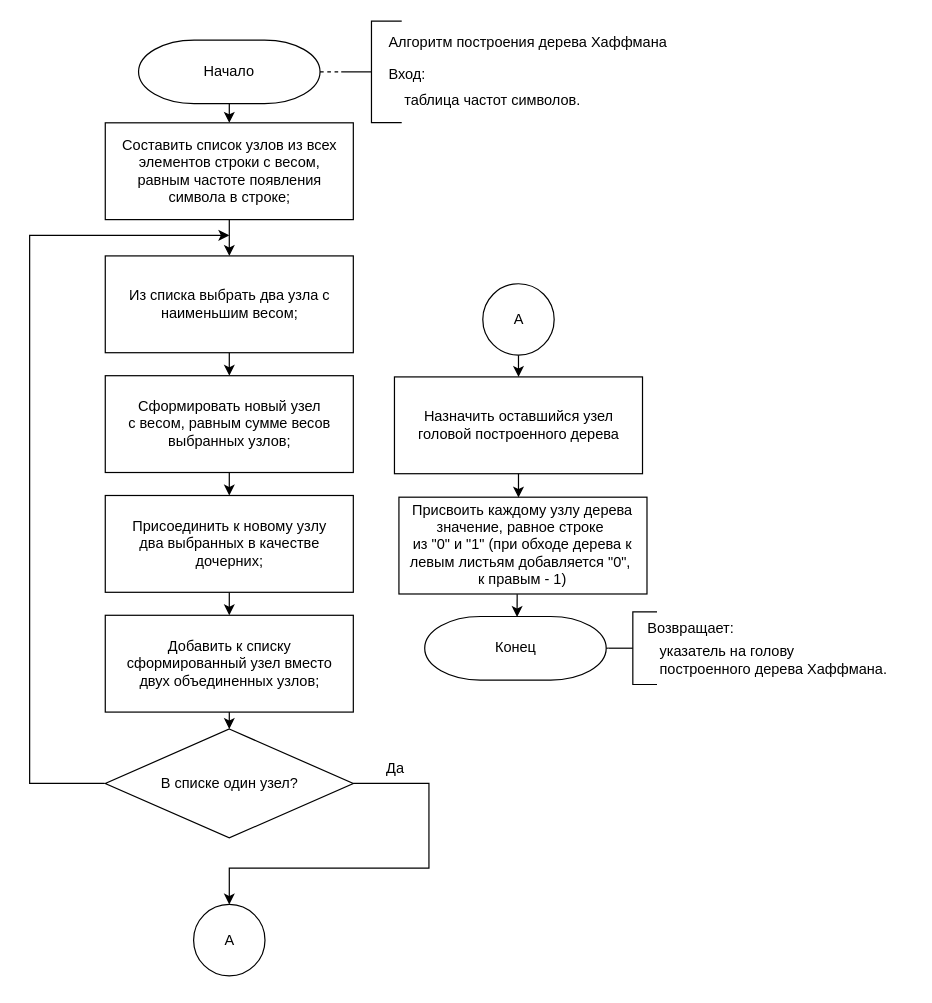
The draw.io diagram docs/schemes/tree.drawio in kovkir/bmstu-magistracy-diploma, before the edit. Source tidied: cells renumbered, new cells numbered last; positions are measured from the earlier drawing's top-left corner, leaving out a move shared by most shapes. Both pictures are drawn from the tidied source at 121%, with x=0, y=0 at pixel (29, 21).
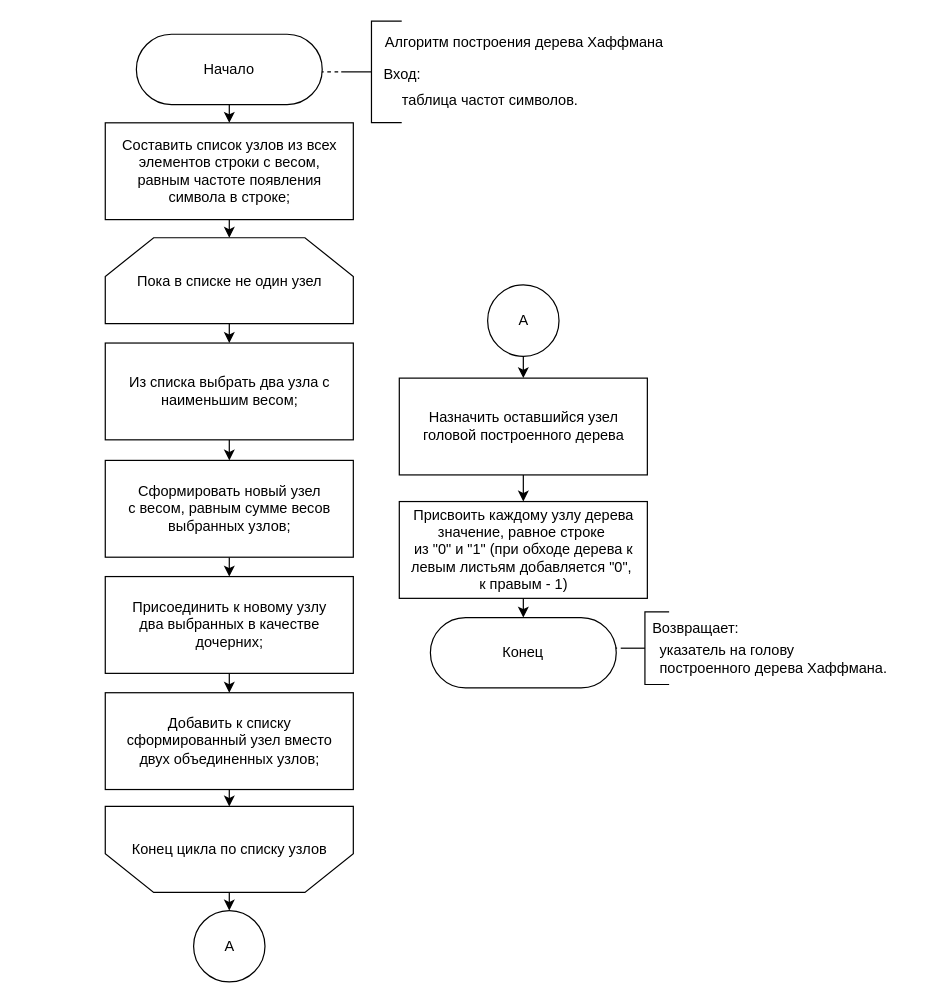
The same diagram, later.

The change refers to these unchanged cells:
```xml
<mxCell id="5" style="strokeWidth=1;html=1;shape=mxgraph.flowchart.annotation_2;align=left;labelPosition=right;strokeColor=default;fontSize=13;gradientColor=none;" parent="1" vertex="1">
  <mxGeometry x="257.5" width="50" height="83.8" as="geometry" />
</mxCell>
<mxCell id="10" value="Составить список узлов из всех элементов строки с весом, &lt;br&gt;равным частоте появления &lt;br&gt;символа в строке;" style="rounded=0;whiteSpace=wrap;html=1;strokeColor=default;strokeWidth=1;fontSize=12;gradientColor=none;" parent="1" vertex="1">
  <mxGeometry x="62.5" y="84" width="205" height="80" as="geometry" />
</mxCell>
```

The edit, as a diff of the source:
```diff
@@
-    <mxCell id="2" style="edgeStyle=none;html=1;entryX=0;entryY=0.5;entryDx=0;entryDy=0;entryPerimeter=0;fontSize=12;endArrow=none;endFill=0;dashed=1;exitX=1;exitY=0.5;exitDx=0;exitDy=0;exitPerimeter=0;" parent="1" edge="1" source="4" target="5">
-      <mxGeometry relative="1" as="geometry" />
+    <mxCell id="2" style="edgeStyle=none;html=1;entryX=0;entryY=0.5;entryDx=0;entryDy=0;entryPerimeter=0;fontSize=12;endArrow=none;endFill=0;dashed=1;exitX=1;exitY=0.5;exitDx=0;exitDy=0;exitPerimeter=0;" parent="1" edge="1" target="5">
+      <mxGeometry relative="1" as="geometry">
+        <mxPoint x="240" y="41.9" as="sourcePoint" />
+      </mxGeometry>
     </mxCell>
-    <mxCell id="3" style="edgeStyle=none;html=1;exitX=0.5;exitY=1;exitDx=0;exitDy=0;exitPerimeter=0;" parent="1" edge="1" source="4" target="10">
+    <mxCell id="3" style="edgeStyle=none;html=1;exitX=0.5;exitY=0;exitDx=0;exitDy=0;" parent="1" edge="1" source="4" target="10">
       <mxGeometry relative="1" as="geometry" />
     </mxCell>
-    <mxCell id="4" value="Начало" style="strokeWidth=1;html=1;shape=mxgraph.flowchart.terminator;whiteSpace=wrap;strokeColor=default;gradientColor=none;" parent="1" vertex="1">
-      <mxGeometry x="90" y="15.6" width="150" height="52.5" as="geometry" />
-    </mxCell>
@@
     <mxCell id="6" value="&lt;span style=&quot;font-size: 12px;&quot;&gt;&lt;font style=&quot;color: rgb(0, 0, 0);&quot;&gt;Алгоритм построения дерева Хаффмана&lt;/font&gt;&lt;/span&gt;" style="text;html=1;align=left;verticalAlign=middle;strokeColor=none;fillColor=none;fontSize=13;strokeWidth=1;" parent="1" vertex="1">
-      <mxGeometry x="295" y="2.4" width="260" height="30" as="geometry" />
+      <mxGeometry x="292" y="2.4" width="260" height="30" as="geometry" />
     </mxCell>
     <mxCell id="7" value="Вход:" style="text;html=1;align=left;verticalAlign=middle;strokeColor=none;fillColor=none;fontSize=12;" parent="1" vertex="1">
-      <mxGeometry x="295" y="28.8" width="50" height="30" as="geometry" />
+      <mxGeometry x="291" y="28.8" width="50" height="30" as="geometry" />
     </mxCell>
     <mxCell id="8" value="таблица частот символов." style="text;html=1;align=left;verticalAlign=middle;strokeColor=none;fillColor=none;fontSize=12;" parent="1" vertex="1">
-      <mxGeometry x="307.5" y="51.3" width="170" height="30" as="geometry" />
+      <mxGeometry x="305.5" y="51.3" width="170" height="30" as="geometry" />
     </mxCell>
-    <mxCell id="9" style="edgeStyle=none;html=1;exitX=0.5;exitY=1;exitDx=0;exitDy=0;entryX=0.5;entryY=0;entryDx=0;entryDy=0;" parent="1" edge="1" source="10" target="17">
+    <mxCell id="9" style="edgeStyle=none;html=1;exitX=0.5;exitY=1;exitDx=0;exitDy=0;entryX=0.5;entryY=0;entryDx=0;entryDy=0;" parent="1" edge="1" source="10" target="36">
       <mxGeometry relative="1" as="geometry" />
     </mxCell>
@@
-    <mxCell id="11" value="Конец" style="strokeWidth=1;html=1;shape=mxgraph.flowchart.terminator;whiteSpace=wrap;strokeColor=default;gradientColor=none;" parent="1" vertex="1">
-      <mxGeometry x="326.5" y="492" width="150" height="52.5" as="geometry" />
-    </mxCell>
-    <mxCell id="12" style="edgeStyle=none;html=1;entryX=0;entryY=0.5;entryDx=0;entryDy=0;entryPerimeter=0;fontSize=12;endArrow=none;endFill=0;dashed=1;exitX=1;exitY=0.5;exitDx=0;exitDy=0;exitPerimeter=0;" parent="1" edge="1" source="11" target="13">
-      <mxGeometry relative="1" as="geometry" />
+    <mxCell id="12" style="edgeStyle=none;html=1;entryX=0;entryY=0.5;entryDx=0;entryDy=0;entryPerimeter=0;fontSize=12;endArrow=none;endFill=0;dashed=1;exitX=1;exitY=0.5;exitDx=0;exitDy=0;exitPerimeter=0;" parent="1" edge="1" target="13">
+      <mxGeometry relative="1" as="geometry">
+        <mxPoint x="476.5" y="518.2" as="sourcePoint" />
+      </mxGeometry>
     </mxCell>
     <mxCell id="13" style="strokeWidth=1;html=1;shape=mxgraph.flowchart.annotation_2;align=left;labelPosition=right;strokeColor=default;fontSize=13;gradientColor=none;" parent="1" vertex="1">
-      <mxGeometry x="478.5" y="488.2" width="40" height="60" as="geometry" />
+      <mxGeometry x="488.5" y="488.2" width="40" height="60" as="geometry" />
     </mxCell>
     <mxCell id="14" value="Возвращает:" style="text;html=1;align=left;verticalAlign=middle;strokeColor=none;fillColor=none;fontSize=12;" parent="1" vertex="1">
-      <mxGeometry x="508.5" y="486.5" width="100" height="30" as="geometry" />
+      <mxGeometry x="512.5" y="486.5" width="100" height="30" as="geometry" />
     </mxCell>
     <mxCell id="15" value="указатель на голову&amp;nbsp;&lt;div&gt;&lt;font style=&quot;color: rgb(0, 0, 0);&quot;&gt;построенного дерева Хаффмана.&lt;/font&gt;&lt;/div&gt;" style="text;html=1;align=left;verticalAlign=middle;strokeColor=none;fillColor=none;fontSize=12;" parent="1" vertex="1">
-      <mxGeometry x="518.5" y="508.2" width="210" height="40" as="geometry" />
+      <mxGeometry x="518.5" y="507.2" width="210" height="40" as="geometry" />
     </mxCell>
@@
     <mxCell id="17" value="Из списка выбрать два узла с наименьшим весом;" style="rounded=0;whiteSpace=wrap;html=1;strokeColor=default;strokeWidth=1;fontSize=12;gradientColor=none;" parent="1" vertex="1">
-      <mxGeometry x="62.5" y="194" width="205" height="80" as="geometry" />
+      <mxGeometry x="62.5" y="266" width="205" height="80" as="geometry" />
     </mxCell>
@@
     <mxCell id="19" value="Сформировать новый узел &lt;br&gt;с весом, равным сумме весов выбранных узлов;" style="rounded=0;whiteSpace=wrap;html=1;strokeColor=default;strokeWidth=1;fontSize=12;gradientColor=none;" parent="1" vertex="1">
-      <mxGeometry x="62.5" y="293" width="205" height="80" as="geometry" />
+      <mxGeometry x="62.5" y="363" width="205" height="80" as="geometry" />
     </mxCell>
@@
     <mxCell id="21" value="Присоединить к новому узлу&lt;br&gt;два выбранных в качестве дочерних;" style="rounded=0;whiteSpace=wrap;html=1;strokeColor=default;strokeWidth=1;fontSize=12;gradientColor=none;" parent="1" vertex="1">
-      <mxGeometry x="62.5" y="392" width="205" height="80" as="geometry" />
+      <mxGeometry x="62.5" y="459" width="205" height="80" as="geometry" />
     </mxCell>
-    <mxCell id="22" style="edgeStyle=orthogonalEdgeStyle;rounded=0;html=1;exitX=0.5;exitY=1;exitDx=0;exitDy=0;entryX=0.5;entryY=0;entryDx=0;entryDy=0;" parent="1" edge="1" source="23" target="26">
+    <mxCell id="22" style="edgeStyle=orthogonalEdgeStyle;rounded=0;html=1;exitX=0.5;exitY=1;exitDx=0;exitDy=0;entryX=0.5;entryY=1;entryDx=0;entryDy=0;" parent="1" edge="1" source="23" target="38">
       <mxGeometry relative="1" as="geometry" />
     </mxCell>
     <mxCell id="23" value="Добавить к списку сформированный узел вместо &lt;br&gt;двух объединенных узлов;" style="rounded=0;whiteSpace=wrap;html=1;strokeColor=default;strokeWidth=1;fontSize=12;gradientColor=none;" parent="1" vertex="1">
-      <mxGeometry x="62.5" y="491" width="205" height="80" as="geometry" />
+      <mxGeometry x="62.5" y="555" width="205" height="80" as="geometry" />
     </mxCell>
-    <mxCell id="24" style="edgeStyle=orthogonalEdgeStyle;rounded=0;html=1;" parent="1" edge="1">
-      <mxGeometry relative="1" as="geometry">
-        <mxPoint x="62" y="630" as="sourcePoint" />
-        <mxPoint x="165" y="177" as="targetPoint" />
-        <Array as="points">
-          <mxPoint x="62" y="630" />
-          <mxPoint y="630" />
-          <mxPoint y="177" />
-        </Array>
-      </mxGeometry>
-    </mxCell>
-    <mxCell id="25" style="edgeStyle=orthogonalEdgeStyle;rounded=0;html=1;exitX=1;exitY=0.5;exitDx=0;exitDy=0;entryX=0.5;entryY=0;entryDx=0;entryDy=0;" parent="1" edge="1" source="26" target="32">
-      <mxGeometry relative="1" as="geometry">
-        <Array as="points">
-          <mxPoint x="330" y="630" />
-          <mxPoint x="330" y="700" />
-          <mxPoint x="165" y="700" />
-        </Array>
-      </mxGeometry>
-    </mxCell>
-    <mxCell id="26" value="&lt;font style=&quot;color: rgb(0, 0, 0);&quot;&gt;В списке один узел?&lt;/font&gt;" style="rhombus;whiteSpace=wrap;html=1;" parent="1" vertex="1">
-      <mxGeometry x="62.5" y="585" width="205" height="90" as="geometry" />
-    </mxCell>
-    <mxCell id="27" style="edgeStyle=orthogonalEdgeStyle;rounded=0;html=1;exitX=0.477;exitY=1.002;exitDx=0;exitDy=0;entryX=0.509;entryY=0.008;entryDx=0;entryDy=0;entryPerimeter=0;exitPerimeter=0;" parent="1" edge="1" source="30" target="11">
+    <mxCell id="27" style="edgeStyle=orthogonalEdgeStyle;rounded=0;html=1;exitX=0.5;exitY=1;exitDx=0;exitDy=0;entryX=0.5;entryY=1;entryDx=0;entryDy=0;" parent="1" edge="1" source="30" target="11">
       <mxGeometry relative="1" as="geometry">
         <Array as="points">
-          <mxPoint x="403" y="493" />
+          <mxPoint x="408" y="490" />
+          <mxPoint x="408" y="490" />
         </Array>
       </mxGeometry>
     </mxCell>
     <mxCell id="28" value="Назначить оставшийся узел головой построенного дерева" style="rounded=0;whiteSpace=wrap;html=1;strokeColor=default;strokeWidth=1;fontSize=12;gradientColor=none;" parent="1" vertex="1">
-      <mxGeometry x="301.5" y="294" width="205" height="80" as="geometry" />
+      <mxGeometry x="305.5" y="295" width="205" height="80" as="geometry" />
     </mxCell>
-    <mxCell id="29" value="Да" style="text;html=1;align=center;verticalAlign=middle;strokeColor=none;fillColor=none;" parent="1" vertex="1">
-      <mxGeometry x="281.5" y="602.9" width="40" height="30" as="geometry" />
-    </mxCell>
     <mxCell id="30" value="Присвоить каждому узлу дерева значение, равное строке&amp;nbsp;&lt;div&gt;&lt;font&gt;&lt;font&gt;&lt;font style=&quot;color: rgb(0, 0, 0);&quot;&gt;из &quot;0&quot; и &quot;1&quot;&amp;nbsp;&lt;/font&gt;&lt;span style=&quot;background-color: transparent;&quot;&gt;&lt;font style=&quot;color: rgb(0, 0, 0);&quot;&gt;(при обходе дерева&amp;nbsp;&lt;/font&gt;&lt;/span&gt;&lt;span style=&quot;background-color: transparent;&quot;&gt;&lt;font style=&quot;color: rgb(0, 0, 0);&quot;&gt;к левым листьям&amp;nbsp;&lt;/font&gt;&lt;/span&gt;&lt;/font&gt;&lt;span style=&quot;background-color: transparent;&quot;&gt;&lt;font style=&quot;color: rgb(0, 0, 0);&quot;&gt;добавляется &quot;0&quot;,&amp;nbsp;&lt;/font&gt;&lt;/span&gt;&lt;/font&gt;&lt;div&gt;&lt;span style=&quot;background-color: transparent;&quot;&gt;&lt;font style=&quot;color: rgb(0, 0, 0);&quot;&gt;к правым - 1)&lt;/font&gt;&lt;/span&gt;&lt;/div&gt;&lt;/div&gt;" style="rounded=0;whiteSpace=wrap;html=1;strokeColor=default;strokeWidth=1;fontSize=12;gradientColor=none;" parent="1" vertex="1">
-      <mxGeometry x="305.2" y="393.4" width="205" height="80" as="geometry" />
+      <mxGeometry x="305.5" y="397" width="205" height="80" as="geometry" />
     </mxCell>
-    <mxCell id="31" style="edgeStyle=none;html=1;exitX=0.5;exitY=1;exitDx=0;exitDy=0;entryX=0.482;entryY=0.004;entryDx=0;entryDy=0;entryPerimeter=0;" parent="1" edge="1" source="28" target="30">
+    <mxCell id="31" style="edgeStyle=none;html=1;exitX=0.5;exitY=1;exitDx=0;exitDy=0;entryX=0.5;entryY=0;entryDx=0;entryDy=0;" parent="1" edge="1" source="28" target="30">
       <mxGeometry relative="1" as="geometry" />
     </mxCell>
     <mxCell id="32" value="А" style="ellipse;whiteSpace=wrap;html=1;" parent="1" vertex="1">
-      <mxGeometry x="135.5" y="730" width="59" height="59" as="geometry" />
+      <mxGeometry x="135.5" y="735" width="59" height="59" as="geometry" />
     </mxCell>
@@
     <mxCell id="34" value="А" style="ellipse;whiteSpace=wrap;html=1;" parent="1" vertex="1">
-      <mxGeometry x="374.5" y="217" width="59" height="59" as="geometry" />
+      <mxGeometry x="378.5" y="218" width="59" height="59" as="geometry" />
     </mxCell>
+    <mxCell id="4" value="&lt;span style=&quot;color: rgb(0, 0, 0); font-family: Helvetica; font-size: 12px;&quot;&gt;Начало&lt;/span&gt;" style="rounded=1;whiteSpace=wrap;html=1;fontSize=14;spacing=3;strokeWidth=1;glass=0;flipH=1;flipV=0;rotation=0;direction=west;arcSize=50;fontFamily=Times New Roman;" parent="1" vertex="1">
+      <mxGeometry x="88.2" y="10.8" width="153.6" height="58.1" as="geometry" />
+    </mxCell>
+    <mxCell id="35" style="edgeStyle=none;html=1;exitX=0.5;exitY=1;exitDx=0;exitDy=0;entryX=0.5;entryY=0;entryDx=0;entryDy=0;" parent="1" edge="1" source="36" target="17">
+      <mxGeometry relative="1" as="geometry" />
+    </mxCell>
+    <mxCell id="36" value="Пока в списке не один узел" style="shape=loopLimit;whiteSpace=wrap;html=1;size=40;" parent="1" vertex="1">
+      <mxGeometry x="62.5" y="179" width="205" height="71" as="geometry" />
+    </mxCell>
+    <mxCell id="37" style="edgeStyle=none;html=1;exitX=0.5;exitY=0;exitDx=0;exitDy=0;entryX=0.5;entryY=0;entryDx=0;entryDy=0;" parent="1" edge="1" source="38" target="32">
+      <mxGeometry relative="1" as="geometry" />
+    </mxCell>
+    <mxCell id="38" value="&lt;span style=&quot;color: rgb(0, 0, 0);&quot;&gt;Конец цикла по списку узлов&lt;/span&gt;" style="shape=loopLimit;whiteSpace=wrap;html=1;size=40;direction=west;" parent="1" vertex="1">
+      <mxGeometry x="62.5" y="649" width="205" height="71" as="geometry" />
+    </mxCell>
+    <mxCell id="11" value="&lt;span style=&quot;color: rgb(0, 0, 0); font-family: Helvetica; font-size: 12px;&quot;&gt;Конец&lt;/span&gt;" style="rounded=1;whiteSpace=wrap;html=1;fontSize=14;spacing=3;strokeWidth=1;glass=0;flipH=1;flipV=0;rotation=0;direction=west;arcSize=50;fontFamily=Times New Roman;" parent="1" vertex="1">
+      <mxGeometry x="331.2" y="492.9" width="153.6" height="58.1" as="geometry" />
+    </mxCell>
```
